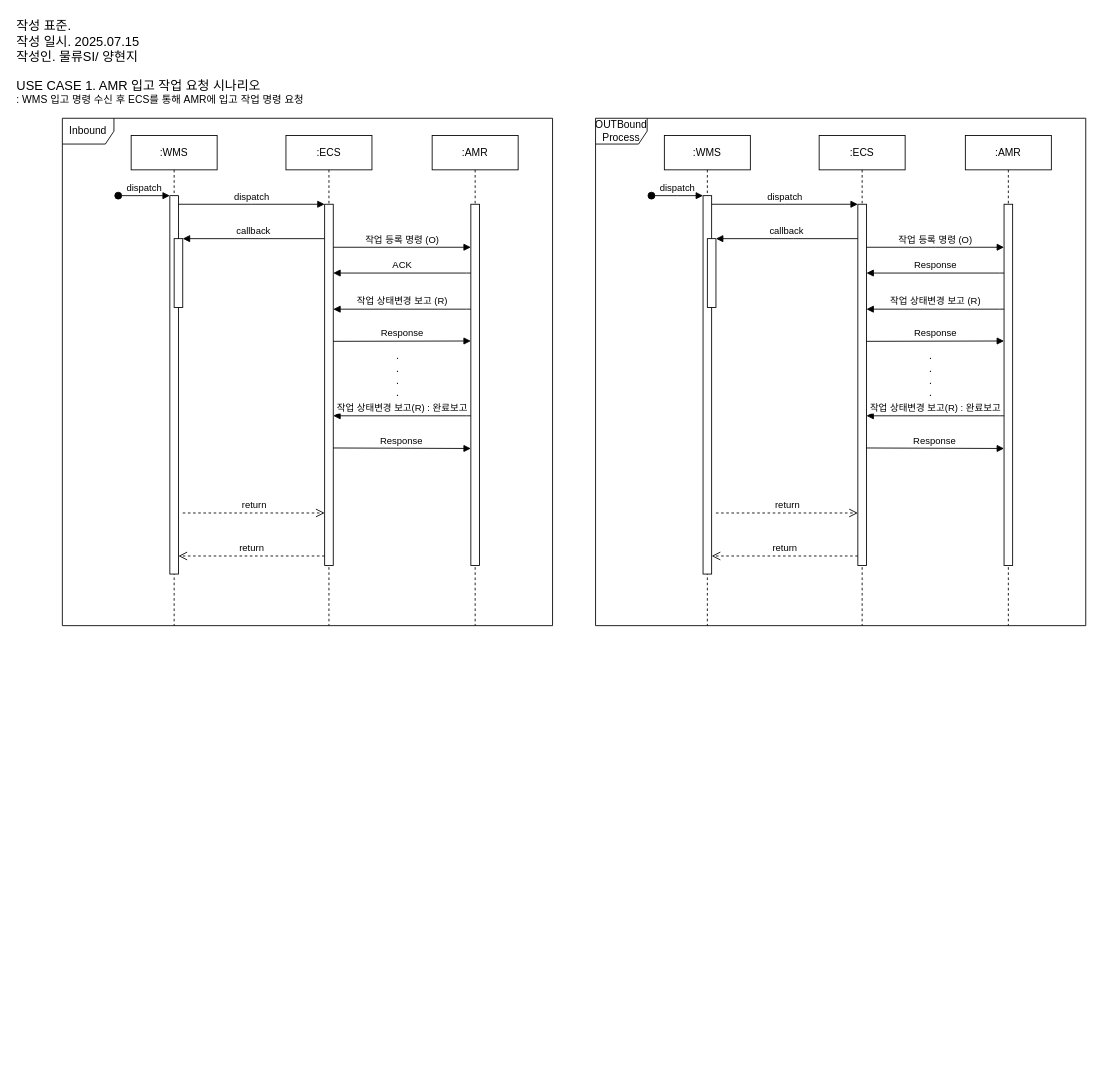
The draw.io diagram WMS_AMR_ECS.drawio in hjee02018/UML, before the edit. Source tidied: cells renumbered, new cells numbered last; positions are measured from the earlier drawing's top-left corner, leaving out a move shared by most shapes. Both pictures are drawn from the tidied source at 86%, with x=0, y=0 at pixel (15, 15).
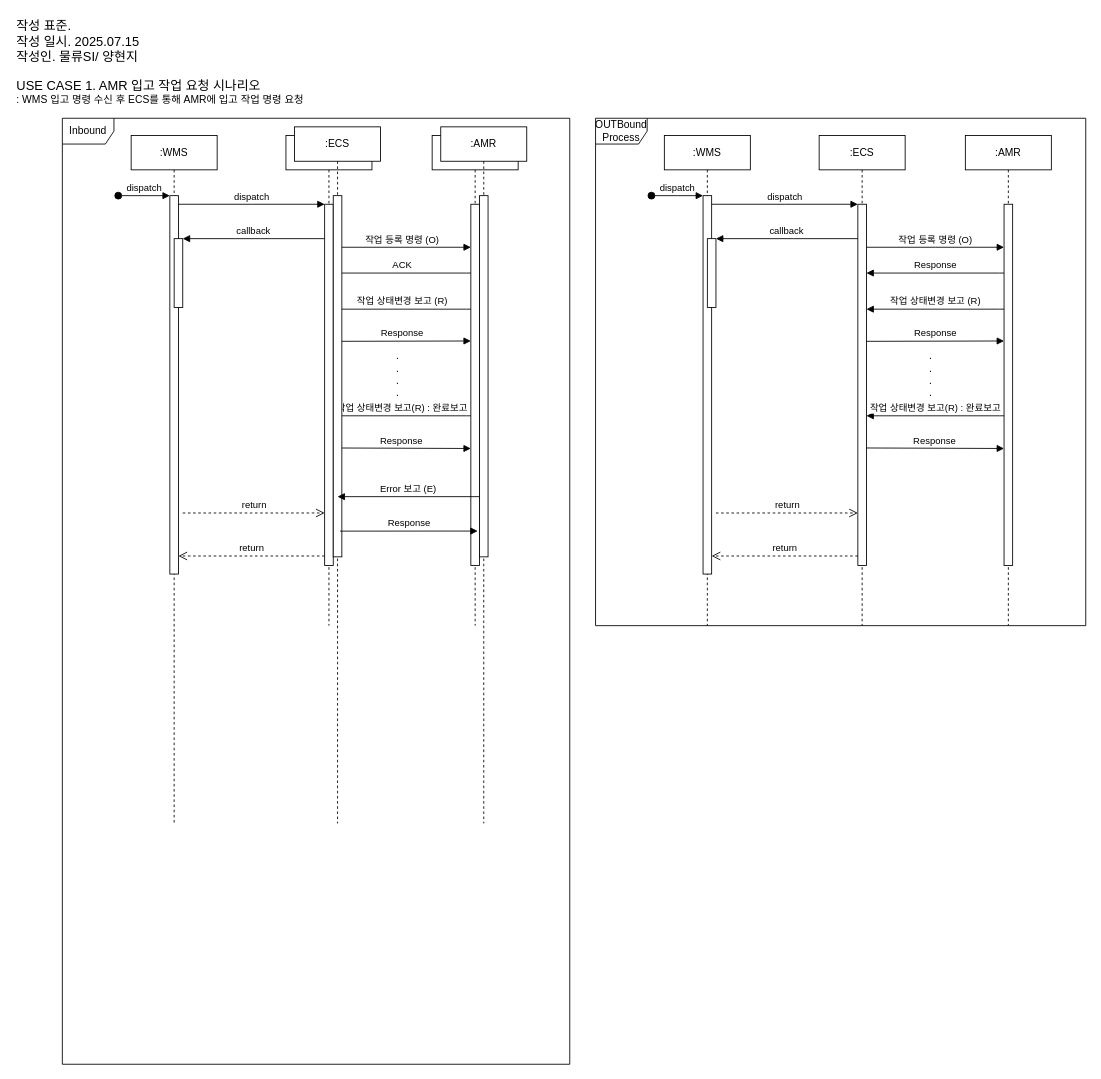
After the change.

Change to the diagram source:
```diff
@@
     <mxCell id="2" value=":WMS" style="shape=umlLifeline;perimeter=lifelinePerimeter;whiteSpace=wrap;html=1;newEdgeStyle={&quot;edgeStyle&quot;:&quot;elbowEdgeStyle&quot;,&quot;elbow&quot;:&quot;vertical&quot;,&quot;curved&quot;:0,&quot;rounded&quot;:0};" parent="1" vertex="1">
-      <mxGeometry x="135" y="140" width="100" height="570" as="geometry" />
+      <mxGeometry x="135" y="140" width="100" height="800" as="geometry" />
     </mxCell>
@@
     <mxCell id="16" value="Inbound" style="shape=umlFrame;whiteSpace=wrap;html=1;" parent="1" vertex="1">
-      <mxGeometry x="55" y="120" width="570" height="590" as="geometry" />
+      <mxGeometry x="55" y="120" width="590" height="1100" as="geometry" />
     </mxCell>
@@
+    <mxCell id="44" value=":AMR" style="shape=umlLifeline;perimeter=lifelinePerimeter;whiteSpace=wrap;html=1;newEdgeStyle={&quot;edgeStyle&quot;:&quot;elbowEdgeStyle&quot;,&quot;elbow&quot;:&quot;vertical&quot;,&quot;curved&quot;:0,&quot;rounded&quot;:0};" parent="1" vertex="1">
+      <mxGeometry x="495" y="130" width="100" height="810" as="geometry" />
+    </mxCell>
+    <mxCell id="45" style="html=1;perimeter=orthogonalPerimeter;targetShapes=umlLifeline;newEdgeStyle={&quot;edgeStyle&quot;:&quot;elbowEdgeStyle&quot;,&quot;elbow&quot;:&quot;vertical&quot;,&quot;curved&quot;:0,&quot;rounded&quot;:0};" parent="44" vertex="1">
+      <mxGeometry x="45" y="80" width="10" height="420" as="geometry" />
+    </mxCell>
+    <mxCell id="46" value=":ECS" style="shape=umlLifeline;perimeter=lifelinePerimeter;whiteSpace=wrap;html=1;newEdgeStyle={&quot;edgeStyle&quot;:&quot;elbowEdgeStyle&quot;,&quot;elbow&quot;:&quot;vertical&quot;,&quot;curved&quot;:0,&quot;rounded&quot;:0};" parent="1" vertex="1">
+      <mxGeometry x="325" y="130" width="100" height="810" as="geometry" />
+    </mxCell>
+    <mxCell id="47" style="html=1;perimeter=orthogonalPerimeter;targetShapes=umlLifeline;newEdgeStyle={&quot;edgeStyle&quot;:&quot;elbowEdgeStyle&quot;,&quot;elbow&quot;:&quot;vertical&quot;,&quot;curved&quot;:0,&quot;rounded&quot;:0};" parent="46" vertex="1">
+      <mxGeometry x="45" y="80" width="10" height="420" as="geometry" />
+    </mxCell>
+    <mxCell id="48" value="Error 보고 (E)" style="html=1;verticalAlign=bottom;endArrow=block;edgeStyle=elbowEdgeStyle;elbow=vertical;curved=0;rounded=0;" parent="1" edge="1">
+      <mxGeometry relative="1" as="geometry">
+        <mxPoint x="540" y="560" as="sourcePoint" />
+        <mxPoint x="375" y="560" as="targetPoint" />
+        <Array as="points">
+          <mxPoint x="465" y="560" />
+        </Array>
+      </mxGeometry>
+    </mxCell>
+    <mxCell id="49" value="Response" style="html=1;verticalAlign=bottom;endArrow=block;edgeStyle=elbowEdgeStyle;elbow=vertical;curved=0;rounded=0;" parent="1" edge="1">
+      <mxGeometry relative="1" as="geometry">
+        <mxPoint x="378" y="600.1" as="sourcePoint" />
+        <mxPoint x="538" y="600.7" as="targetPoint" />
+      </mxGeometry>
+    </mxCell>
```
